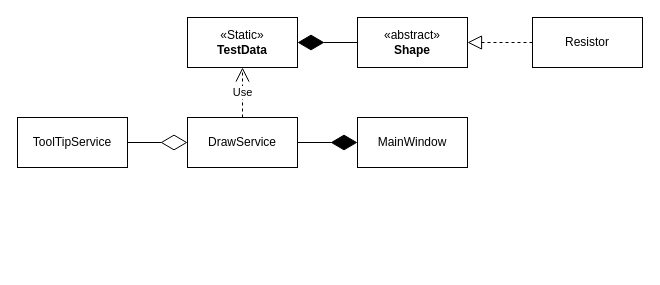
The draw.io diagram UML.drawio in shipverty571/Skiasharp_test, before the edit. Source tidied: cells renumbered, new cells numbered last; positions are measured from the earlier drawing's top-left corner, leaving out a move shared by most shapes. Both pictures are drawn from the tidied source at 100%, with x=0, y=0 at pixel (17, 17).
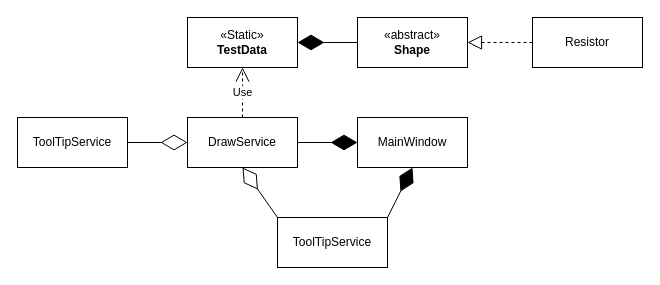
The same diagram, later.

Commit message:
feature(UML): обновлена диаграмма

Change to the diagram source:
```diff
@@
 <mxGraphModel>
   <root>
     <mxCell id="0" />
     <mxCell id="1" parent="0" />
     <mxCell id="2" value="DrawService" style="html=1;whiteSpace=wrap;" parent="1" vertex="1">
       <mxGeometry x="170" y="100" width="110" height="50" as="geometry" />
     </mxCell>
     <mxCell id="3" value="MainWindow" style="html=1;whiteSpace=wrap;" parent="1" vertex="1">
       <mxGeometry x="340" y="100" width="110" height="50" as="geometry" />
     </mxCell>
     <mxCell id="4" style="endArrow=diamondThin;endFill=1;endSize=24;html=1;rounded=0;entryX=0;entryY=0.5;entryDx=0;entryDy=0;exitX=1;exitY=0.5;exitDx=0;exitDy=0;" parent="1" edge="1" source="2" target="3">
       <mxGeometry relative="1" as="geometry" />
     </mxCell>
     <mxCell id="5" value="ToolTipService" style="html=1;whiteSpace=wrap;" parent="1" vertex="1">
       <mxGeometry y="100" width="110" height="50" as="geometry" />
     </mxCell>
     <mxCell id="6" style="endArrow=diamondThin;endFill=0;endSize=24;html=1;rounded=0;entryX=0;entryY=0.5;entryDx=0;entryDy=0;exitX=1;exitY=0.5;exitDx=0;exitDy=0;" parent="1" edge="1" source="5" target="2">
       <mxGeometry relative="1" as="geometry" />
     </mxCell>
     <mxCell id="7" value="«abstract»&lt;br&gt;&lt;b&gt;Shape&lt;/b&gt;" style="html=1;whiteSpace=wrap;" parent="1" vertex="1">
       <mxGeometry x="340" width="110" height="50" as="geometry" />
     </mxCell>
     <mxCell id="8" value="Resistor" style="html=1;whiteSpace=wrap;" parent="1" vertex="1">
       <mxGeometry x="515" width="110" height="50" as="geometry" />
     </mxCell>
     <mxCell id="9" style="endArrow=block;dashed=1;endFill=0;endSize=12;html=1;rounded=0;entryX=1;entryY=0.5;entryDx=0;entryDy=0;exitX=0;exitY=0.5;exitDx=0;exitDy=0;" parent="1" edge="1" source="8" target="7">
       <mxGeometry relative="1" as="geometry" />
     </mxCell>
     <mxCell id="10" value="«Static»&lt;br&gt;&lt;b&gt;TestData&lt;/b&gt;" style="html=1;whiteSpace=wrap;" parent="1" vertex="1">
       <mxGeometry x="170" width="110" height="50" as="geometry" />
     </mxCell>
     <mxCell id="11" style="endArrow=diamondThin;endFill=1;endSize=24;html=1;rounded=0;entryX=1;entryY=0.5;entryDx=0;entryDy=0;exitX=0;exitY=0.5;exitDx=0;exitDy=0;" parent="1" edge="1" source="7" target="10">
       <mxGeometry relative="1" as="geometry" />
     </mxCell>
     <mxCell id="12" value="Use" style="endArrow=open;endSize=12;dashed=1;html=1;rounded=0;entryX=0.5;entryY=1;entryDx=0;entryDy=0;exitX=0.5;exitY=0;exitDx=0;exitDy=0;" parent="1" edge="1" source="2" target="10">
       <mxGeometry relative="1" as="geometry" />
     </mxCell>
+    <mxCell id="13" value="ToolTipService" style="html=1;whiteSpace=wrap;" parent="1" vertex="1">
+      <mxGeometry x="260" y="200" width="110" height="50" as="geometry" />
+    </mxCell>
+    <mxCell id="14" style="endArrow=diamondThin;endFill=1;endSize=24;html=1;rounded=0;entryX=0.5;entryY=1;entryDx=0;entryDy=0;exitX=1;exitY=0;exitDx=0;exitDy=0;" parent="1" edge="1" source="13" target="3">
+      <mxGeometry relative="1" as="geometry" />
+    </mxCell>
+    <mxCell id="15" style="endArrow=diamondThin;endFill=0;endSize=24;html=1;rounded=0;entryX=0.5;entryY=1;entryDx=0;entryDy=0;exitX=0;exitY=0;exitDx=0;exitDy=0;" parent="1" edge="1" source="13" target="2">
+      <mxGeometry relative="1" as="geometry" />
+    </mxCell>
   </root>
 </mxGraphModel>
```
